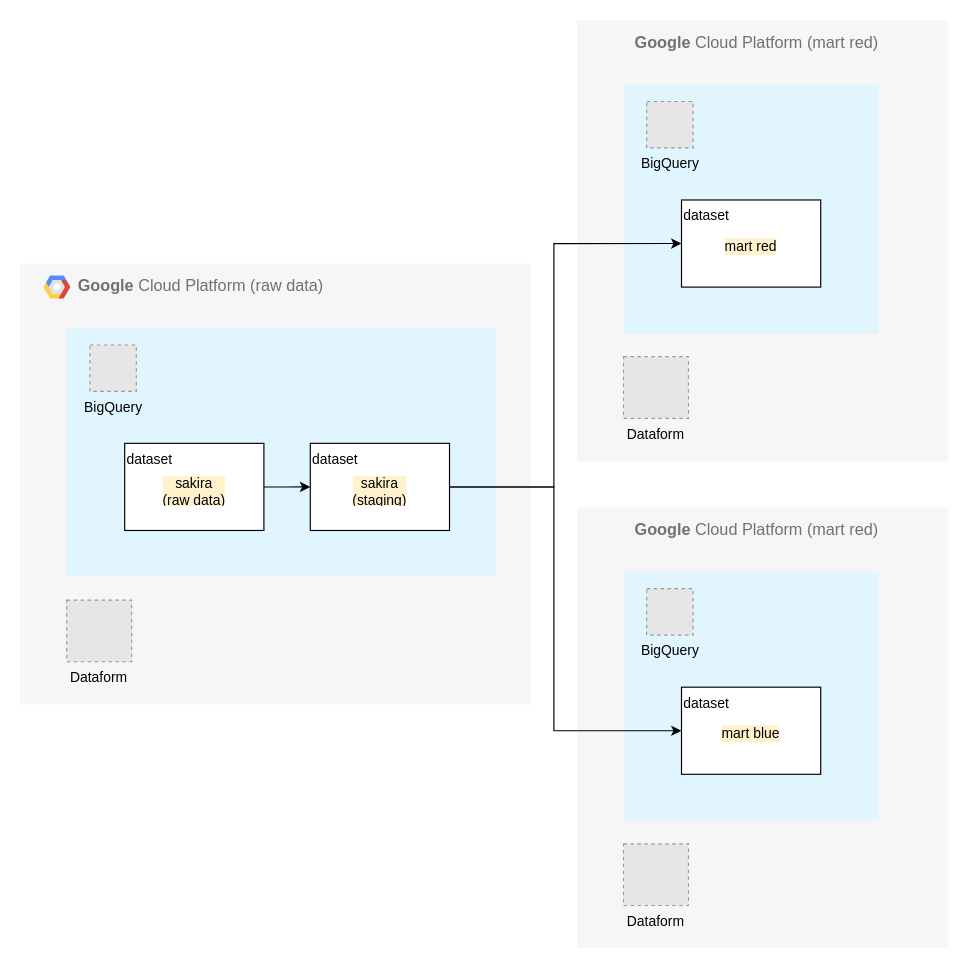
The draw.io diagram drawio/data-infrastructure.drawio in goodbyegangster/data-infrastructure-example, before the edit. Source tidied: cells renumbered, new cells numbered last; positions are measured from the earlier drawing's top-left corner, leaving out a move shared by most shapes. Both pictures are drawn from the tidied source at 116%, with x=0, y=0 at pixel (20, 20). Pictures stored in the file or linked from it are replaced by grey dashed boxes.
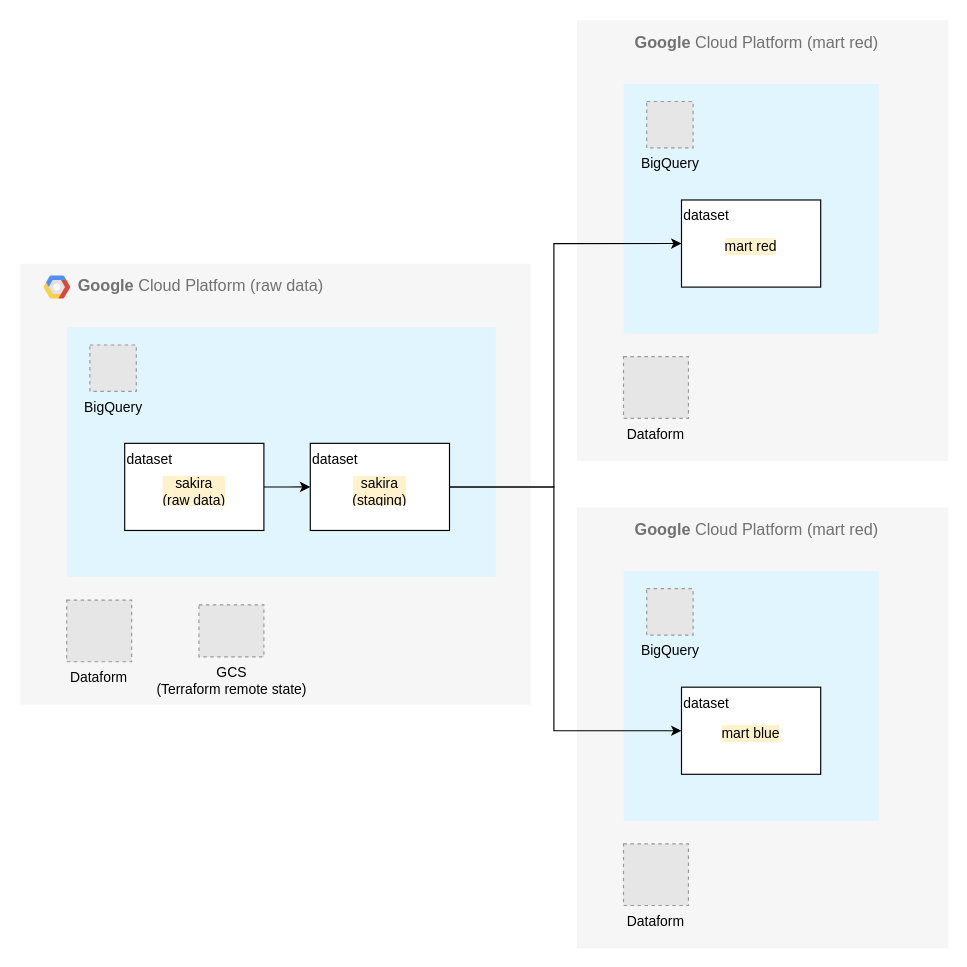
The same diagram, later.

What changed in the source:
```diff
@@
+    <mxCell id="26" value="GCS&lt;div&gt;(Terraform remote state)&lt;/div&gt;" style="fillColor=#E6E6E6;strokeColor=#999999;dashed=1;html=1;verticalLabelPosition=bottom;labelBackgroundColor=none;verticalAlign=top;" parent="1" vertex="1">
+      <mxGeometry x="154" y="504" width="56" height="44.8" as="geometry" />
+    </mxCell>
```
